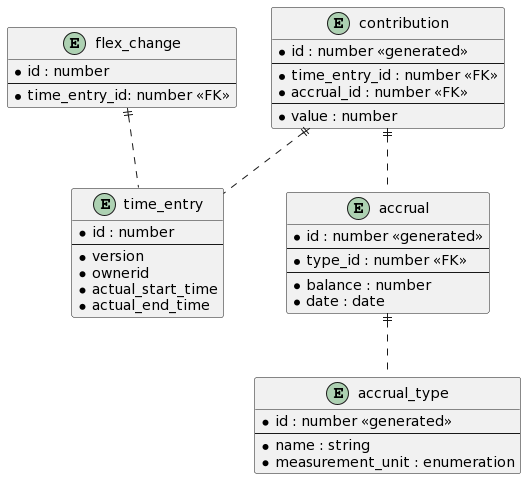
Above: docs/images/storage-model.png in UKHomeOffice/callisto-accruals-restapi (PlantUML), before the change.
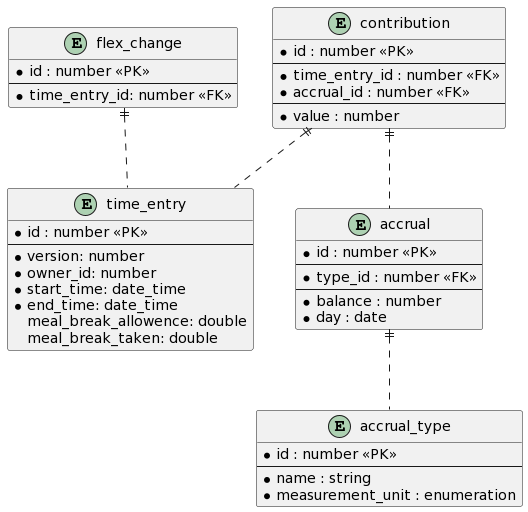
Later version of the same file.

Commit message:
EAHW-1249 - added meal break to storage model - updated image

Diff of the diagram source:
```diff
@@ -1,30 +1,32 @@
 @startuml
 entity time_entry {
-  * id : number
+  * id : number <<PK>>
   --
-  * version
-  * ownerid
-  * actual_start_time
-  * actual_end_time
+  * version: number
+  * owner_id: number
+  * start_time: date_time
+  * end_time: date_time
+  meal_break_allowence: double
+  meal_break_taken: double
 }
 
 entity flex_change {
-  * id : number
+  * id : number <<PK>>
   --
   * time_entry_id: number <<FK>>
 }
 
 entity accrual {
-  * id : number <<generated>>
+  * id : number <<PK>>
   --
   * type_id : number <<FK>>
   --
   * balance : number
-  * date : date
+  * day : date
 }
 
 entity contribution {
-  * id : number <<generated>>
+  * id : number <<PK>>
   --
   * time_entry_id : number <<FK>>
   * accrual_id : number <<FK>>
@@ -33,7 +35,7 @@
 }
 
 entity accrual_type {
-  * id : number <<generated>>
+  * id : number <<PK>>
   --
   * name : string
   * measurement_unit : enumeration
```
